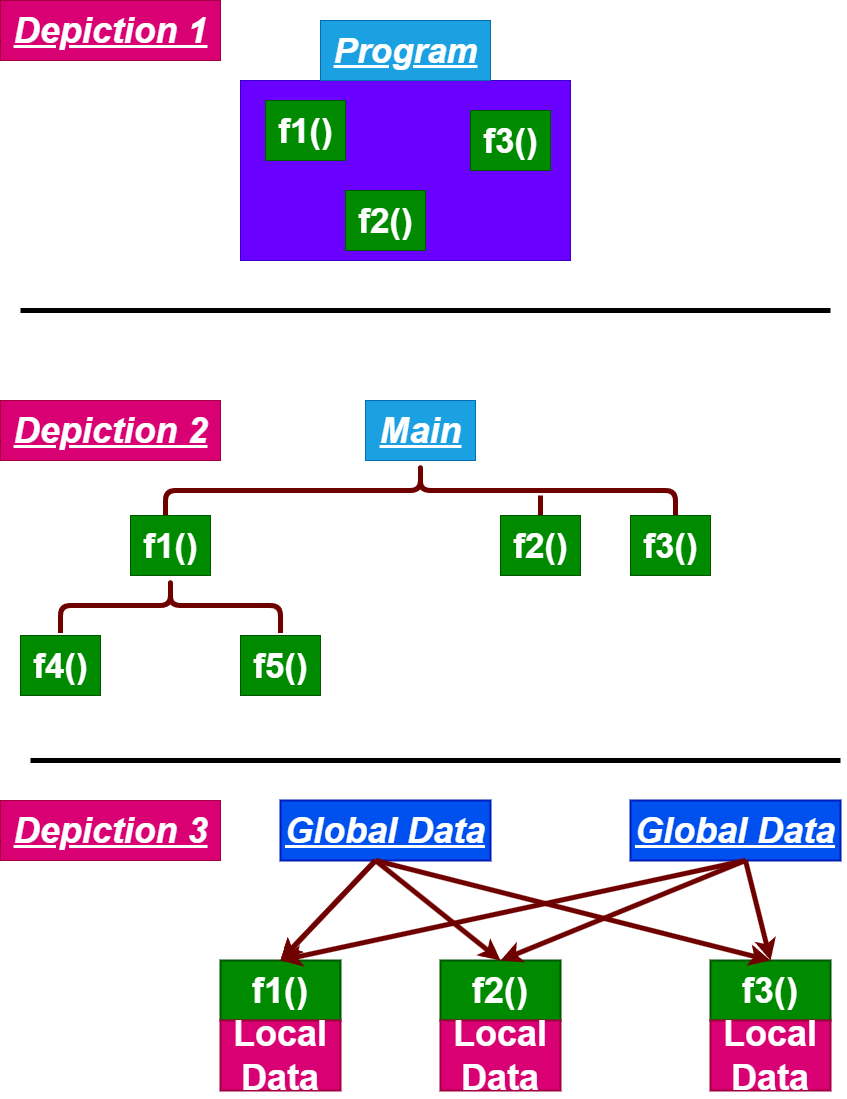
ClasherV/CPP keeps this draw.io diagram as Concepts/POP.png. Above is the earlier version. Source tidied: cells renumbered, new cells last; positions are measured from the earlier drawing's top-left corner, leaving out a move shared by most shapes.
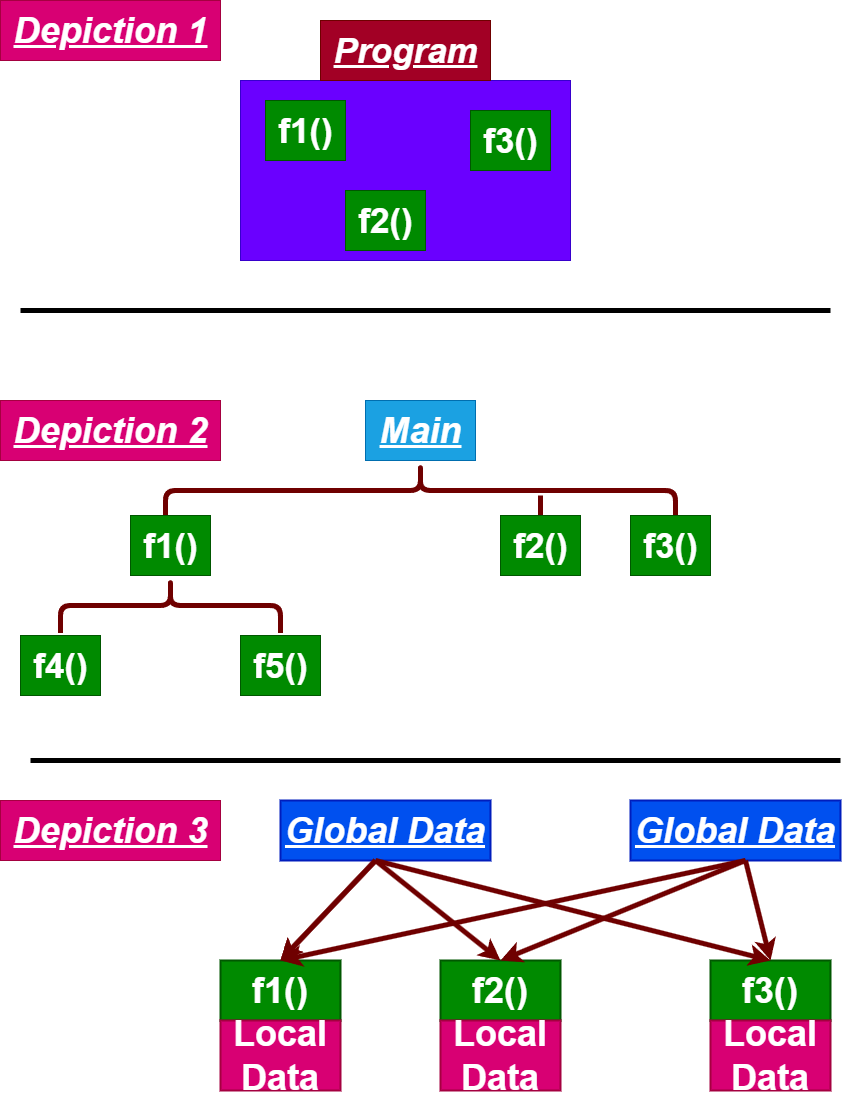
The same diagram one commit later.

What changed in the source:
```diff
@@ -126,7 +126,7 @@
     <mxCell id="34" value="&lt;b&gt;&lt;i&gt;&lt;u&gt;Main&lt;/u&gt;&lt;/i&gt;&lt;/b&gt;" style="text;html=1;align=center;verticalAlign=middle;fontSize=36;strokeWidth=1;fillColor=#1ba1e2;fontColor=#ffffff;strokeColor=#006EAF;" parent="1" vertex="1">
       <mxGeometry x="365" y="400" width="110" height="60" as="geometry" />
     </mxCell>
-    <mxCell id="35" value="&lt;font style=&quot;font-size: 35px;&quot;&gt;&lt;b&gt;&lt;i&gt;&lt;u&gt;Program&lt;/u&gt;&lt;/i&gt;&lt;/b&gt;&lt;/font&gt;" style="text;html=1;align=center;verticalAlign=middle;fillColor=#1ba1e2;fontColor=#ffffff;strokeColor=#006EAF;" parent="1" vertex="1">
+    <mxCell id="35" value="&lt;font style=&quot;font-size: 35px;&quot;&gt;&lt;b&gt;&lt;i&gt;&lt;u&gt;Program&lt;/u&gt;&lt;/i&gt;&lt;/b&gt;&lt;/font&gt;" style="text;html=1;align=center;verticalAlign=middle;fillColor=#a20025;fontColor=#ffffff;strokeColor=#6F0000;" parent="1" vertex="1">
       <mxGeometry x="320" y="20" width="170" height="60" as="geometry" />
     </mxCell>
   </root>
```
